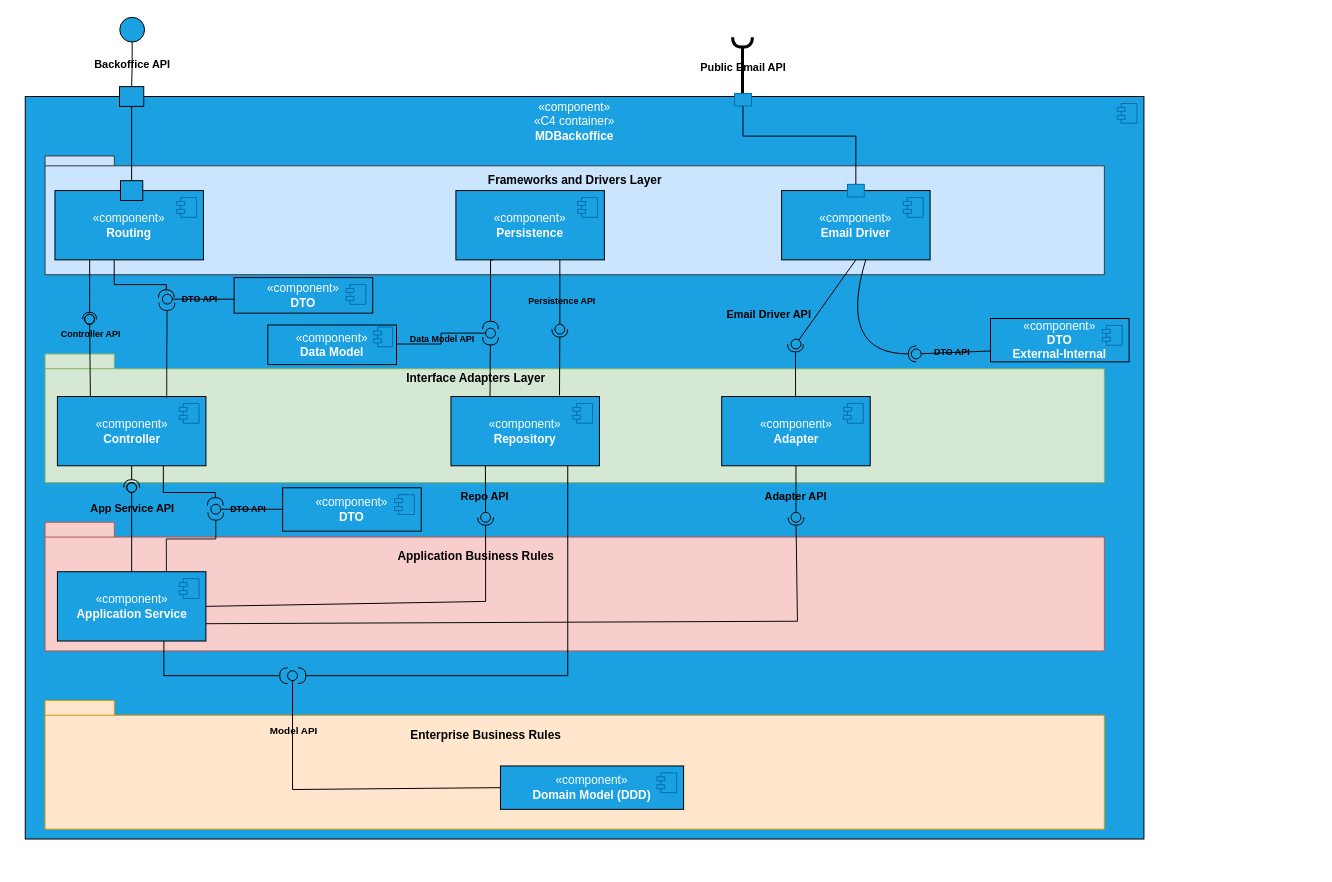
rita-barbosa/LAPR5-2425 keeps this draw.io diagram as docs/sprint-2/team-decisions/views/logical-view/backoffice_vl3.drawio. Above is the earlier version. Source tidied: cells renumbered, new cells numbered last; positions are measured from the earlier drawing's top-left corner, leaving out a move shared by most shapes. Both pictures are drawn from the tidied source at 99%, with x=0, y=0 at pixel (25, 17).
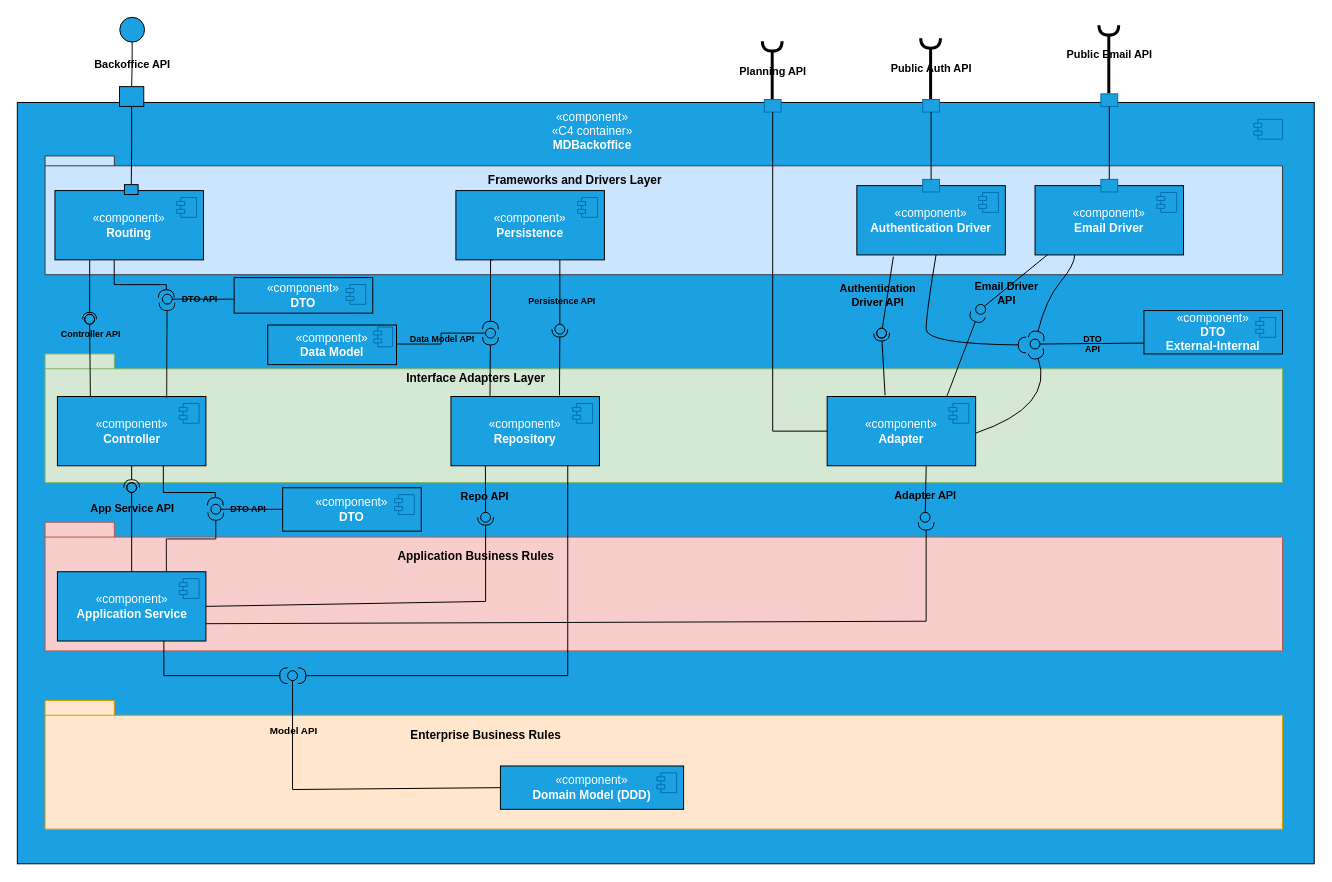
After the change.

The change refers to these unchanged cells:
```xml
<mxCell id="18" style="group;" parent="17" vertex="1">
  <mxGeometry width="150" height="80" as="geometry" />
</mxCell>
<mxCell id="32" value="«component»&lt;br&gt;&lt;b&gt;Application Service&lt;/b&gt;" style="html=1;whiteSpace=wrap;fillColor=#1ba1e2;fontColor=#ffffff;strokeColor=#000000;" parent="31" vertex="1">
  <mxGeometry y="10" width="150" height="70" as="geometry" />
</mxCell>
<mxCell id="94" value="«component»&lt;br&gt;&lt;b&gt;Adapter&lt;/b&gt;" style="html=1;whiteSpace=wrap;fillColor=#1ba1e2;fontColor=#ffffff;strokeColor=#000000;" parent="93" vertex="1">
  <mxGeometry y="10" width="150" height="70" as="geometry" />
</mxCell>
<mxCell id="102" value="«component»&lt;br&gt;&lt;b&gt;Email Driver&lt;/b&gt;" style="html=1;whiteSpace=wrap;fillColor=#1ba1e2;fontColor=#ffffff;strokeColor=#000000;" parent="101" vertex="1">
  <mxGeometry y="10" width="150" height="70" as="geometry" />
</mxCell>
<mxCell id="104" style="rounded=0;whiteSpace=wrap;html=1;fillColor=#1ba1e2;fontColor=#ffffff;strokeColor=#006EAF;rotation=-360;" parent="101" vertex="1">
  <mxGeometry x="66.5" y="3.7" width="17" height="12.7" as="geometry" />
</mxCell>
<mxCell id="109" style="ellipse;whiteSpace=wrap;html=1;align=center;fillColor=none;strokeColor=none;perimeter=centerPerimeter;points=[];outlineConnect=1;" parent="1" vertex="1">
  <mxGeometry x="773.5" y="325" width="10" height="10" as="geometry" />
</mxCell>
<mxCell id="112" value="«component»&lt;br&gt;&lt;b&gt;DTO&lt;br&gt;External-Internal&lt;/b&gt;" style="html=1;whiteSpace=wrap;fillColor=#1ba1e2;fontColor=#ffffff;strokeColor=#000000;" parent="111" vertex="1">
  <mxGeometry y="6.2" width="140" height="43.8" as="geometry" />
</mxCell>
```

What changed in the source:
```diff
@@
     <mxCell id="2" style="html=1;whiteSpace=wrap;fillColor=#1ba1e2;fontColor=#ffffff;strokeColor=#000000;" parent="1" vertex="1">
-      <mxGeometry y="80" width="1130" height="750" as="geometry" />
+      <mxGeometry x="-8" y="86" width="1310" height="769" as="geometry" />
     </mxCell>
     <mxCell id="3" style="shape=module;jettyWidth=8;jettyHeight=4;fillColor=#1ba1e2;fontColor=#ffffff;strokeColor=#006EAF;" parent="2" vertex="1">
-      <mxGeometry x="1" width="20" height="20" relative="1" as="geometry">
-        <mxPoint x="-27" y="7" as="offset" />
+      <mxGeometry x="1" width="29" height="20" relative="1" as="geometry">
+        <mxPoint x="-61" y="17" as="offset" />
       </mxGeometry>
     </mxCell>
     <mxCell id="4" style="shape=folder;fontStyle=1;spacingTop=10;tabWidth=70;tabHeight=15;tabPosition=left;html=1;whiteSpace=wrap;fillColor=#d5e8d4;strokeColor=#82b366;" parent="1" vertex="1">
-      <mxGeometry x="20" y="340" width="1070" height="130" as="geometry" />
+      <mxGeometry x="20" y="340" width="1250" height="130" as="geometry" />
     </mxCell>
     <mxCell id="5" style="shape=folder;fontStyle=1;spacingTop=10;tabWidth=70;tabHeight=10;tabPosition=left;html=1;whiteSpace=wrap;fillColor=#cce5ff;strokeColor=#36393d;" parent="1" vertex="1">
-      <mxGeometry x="20" y="140" width="1070" height="120" as="geometry" />
+      <mxGeometry x="20" y="140" width="1250" height="120" as="geometry" />
     </mxCell>
     <mxCell id="6" value="&lt;span style=&quot;color: rgb(255, 255, 255);&quot;&gt;«component»&lt;/span&gt;&lt;br style=&quot;color: rgb(255, 255, 255);&quot;&gt;&lt;span style=&quot;color: rgb(255, 255, 255);&quot;&gt;«C4 container»&lt;/span&gt;&lt;br style=&quot;color: rgb(255, 255, 255);&quot;&gt;&lt;b style=&quot;color: rgb(255, 255, 255);&quot;&gt;MDBackoffice&lt;/b&gt;" style="text;html=1;align=center;verticalAlign=middle;whiteSpace=wrap;rounded=0;" parent="1" vertex="1">
-      <mxGeometry x="480" y="80" width="150" height="50" as="geometry" />
+      <mxGeometry x="497.5" y="90" width="150" height="50" as="geometry" />
     </mxCell>
@@
     <mxCell id="21" style="rounded=0;whiteSpace=wrap;html=1;fillColor=#1ba1e2;fontColor=#ffffff;strokeColor=#000000;" parent="18" vertex="1">
-      <mxGeometry x="66.2" width="22.5" height="20" as="geometry" />
+      <mxGeometry x="70.2" y="4" width="13.8" height="10" as="geometry" />
     </mxCell>
@@
     <mxCell id="26" style="shape=folder;fontStyle=1;spacingTop=10;tabWidth=70;tabHeight=15;tabPosition=left;html=1;whiteSpace=wrap;fillColor=#f8cecc;strokeColor=#b85450;" parent="1" vertex="1">
-      <mxGeometry x="20" y="510" width="1070" height="130" as="geometry" />
+      <mxGeometry x="20" y="510" width="1250" height="130" as="geometry" />
     </mxCell>
     <mxCell id="27" style="shape=folder;fontStyle=1;spacingTop=10;tabWidth=70;tabHeight=15;tabPosition=left;html=1;whiteSpace=wrap;fillColor=#ffe6cc;strokeColor=#d79b00;" parent="1" vertex="1">
-      <mxGeometry x="20" y="690" width="1070" height="130" as="geometry" />
+      <mxGeometry x="20" y="690" width="1250" height="130" as="geometry" />
     </mxCell>
@@
-    <mxCell id="88" style="group;rotation=-180;" parent="1" vertex="1">
-      <mxGeometry x="716.5" y="35.9" width="17" height="66.2" as="geometry" />
-    </mxCell>
-    <mxCell id="89" style="edgeStyle=orthogonalEdgeStyle;rounded=0;orthogonalLoop=1;jettySize=auto;html=1;entryX=0.5;entryY=0;entryDx=0;entryDy=0;endArrow=none;endFill=0;fontColor=#000000;strokeColor=#000000;startArrow=halfCircle;startFill=0;strokeWidth=3;endSize=6;jumpSize=6;" parent="88" edge="1">
-      <mxGeometry relative="1" as="geometry">
-        <mxPoint x="8" y="-15.9" as="sourcePoint" />
-        <mxPoint x="8" y="53" as="targetPoint" />
-      </mxGeometry>
-    </mxCell>
-    <mxCell id="90" value="Public Email API" style="edgeLabel;html=1;align=center;verticalAlign=middle;labelBackgroundColor=none;rotation=0;fontStyle=1;" parent="89" vertex="1">
-      <mxGeometry x="-0.15" relative="1" as="geometry">
-        <mxPoint y="1" as="offset" />
-      </mxGeometry>
-    </mxCell>
-    <mxCell id="91" style="rounded=0;whiteSpace=wrap;html=1;fillColor=#1ba1e2;fontColor=#ffffff;strokeColor=#006EAF;rotation=-360;" parent="88" vertex="1">
-      <mxGeometry y="41" width="17" height="12.7" as="geometry" />
-    </mxCell>
     <mxCell id="92" style="group;" parent="1" vertex="1">
-      <mxGeometry x="703.5" y="373" width="150" height="80" as="geometry" />
+      <mxGeometry x="810" y="373" width="150" height="80" as="geometry" />
     </mxCell>
@@
-    <mxCell id="96" style="rounded=0;jettySize=auto;html=1;endArrow=halfCircle;endFill=0;endSize=6;strokeWidth=1;sketch=0;exitX=1;exitY=0.75;exitDx=0;exitDy=0;labelBackgroundColor=none;fontColor=none;noLabel=1;strokeColor=#080808;" parent="1" edge="1" source="32" target="99">
+    <mxCell id="96" style="rounded=0;jettySize=auto;html=1;endArrow=halfCircle;endFill=0;endSize=6;strokeWidth=1;sketch=0;exitX=1;exitY=0.75;exitDx=0;exitDy=0;labelBackgroundColor=none;fontColor=none;noLabel=1;strokeColor=#080808;" parent="1" edge="1" source="32">
       <mxGeometry relative="1" as="geometry">
+        <mxPoint x="910" y="510" as="targetPoint" />
         <Array as="points">
-          <mxPoint x="780" y="610" />
+          <mxPoint x="910" y="610" />
+          <mxPoint x="910" y="510" />
         </Array>
       </mxGeometry>
     </mxCell>
-    <mxCell id="97" style="rounded=0;jettySize=auto;html=1;endArrow=oval;endFill=0;sketch=0;sourcePerimeterSpacing=0;targetPerimeterSpacing=0;endSize=10;exitX=0.5;exitY=1;exitDx=0;exitDy=0;labelBackgroundColor=none;fontColor=#050505;strokeColor=#000000;" parent="1" edge="1" source="94" target="99">
+    <mxCell id="97" style="rounded=0;jettySize=auto;html=1;endArrow=oval;endFill=0;sketch=0;sourcePerimeterSpacing=0;targetPerimeterSpacing=0;endSize=10;exitX=0.667;exitY=1.005;exitDx=0;exitDy=0;labelBackgroundColor=none;fontColor=#050505;strokeColor=#000000;exitPerimeter=0;" parent="1" edge="1" source="94" target="99">
       <mxGeometry relative="1" as="geometry" />
     </mxCell>
@@
     <mxCell id="99" style="ellipse;whiteSpace=wrap;html=1;align=center;fillColor=none;strokeColor=none;perimeter=centerPerimeter;points=[];outlineConnect=1;labelBackgroundColor=none;fontColor=#050505;" parent="1" vertex="1">
-      <mxGeometry x="773.5" y="500" width="10" height="10" as="geometry" />
+      <mxGeometry x="904" y="500" width="10" height="10" as="geometry" />
     </mxCell>
     <mxCell id="100" style="group;" parent="1" vertex="1">
-      <mxGeometry x="764" y="165" width="150" height="80" as="geometry" />
+      <mxGeometry x="1020" y="160" width="150" height="80" as="geometry" />
     </mxCell>
@@
-    <mxCell id="105" style="edgeStyle=orthogonalEdgeStyle;rounded=0;jettySize=auto;html=1;entryX=0.5;entryY=0;entryDx=0;entryDy=0;endArrow=none;endFill=0;strokeColor=#000000;" parent="1" edge="1" source="91" target="104">
-      <mxGeometry relative="1" as="geometry">
-        <Array as="points">
-          <mxPoint x="725" y="120" />
-          <mxPoint x="839" y="120" />
-        </Array>
-      </mxGeometry>
-    </mxCell>
-    <mxCell id="106" style="rounded=0;orthogonalLoop=1;jettySize=auto;html=1;endArrow=halfCircle;endFill=0;endSize=6;strokeWidth=1;sketch=0;strokeColor=#0A0A0A;exitX=0.144;exitY=0.014;exitDx=0;exitDy=0;entryX=0.473;entryY=0.906;entryDx=0;entryDy=0;entryPerimeter=0;exitPerimeter=0;" parent="1" edge="1">
-      <mxGeometry relative="1" as="geometry">
-        <mxPoint x="778.1" y="384" as="sourcePoint" />
-        <mxPoint x="778" y="330" as="targetPoint" />
-      </mxGeometry>
-    </mxCell>
-    <mxCell id="107" style="rounded=0;jettySize=auto;html=1;endArrow=oval;endFill=0;sketch=0;sourcePerimeterSpacing=0;targetPerimeterSpacing=0;endSize=10;exitX=0.5;exitY=1;exitDx=0;exitDy=0;strokeColor=#000000;" parent="1" edge="1" source="102" target="109">
+    <mxCell id="107" style="rounded=0;jettySize=auto;html=1;endArrow=oval;endFill=0;sketch=0;sourcePerimeterSpacing=0;targetPerimeterSpacing=0;endSize=10;exitX=0.086;exitY=0.994;exitDx=0;exitDy=0;strokeColor=#000000;exitPerimeter=0;entryX=0.719;entryY=0.719;entryDx=0;entryDy=0;entryPerimeter=0;" parent="1" edge="1" source="102" target="140">
       <mxGeometry relative="1" as="geometry" />
     </mxCell>
-    <mxCell id="108" value="Email Driver API" style="edgeLabel;html=1;align=center;verticalAlign=middle;labelBackgroundColor=none;fontStyle=1;" parent="107" vertex="1">
+    <mxCell id="108" value="Email Driver&lt;div&gt;API&lt;/div&gt;" style="edgeLabel;html=1;align=center;verticalAlign=middle;labelBackgroundColor=none;fontStyle=1;" parent="107" vertex="1">
       <mxGeometry x="0.15" relative="1" as="geometry">
-        <mxPoint x="-54" y="6" as="offset" />
+        <mxPoint x="-4" y="7" as="offset" />
       </mxGeometry>
     </mxCell>
@@
     <mxCell id="110" style="group;" parent="1" vertex="1">
-      <mxGeometry x="975" y="298" width="140" height="50" as="geometry" />
+      <mxGeometry x="1130" y="290" width="140" height="50" as="geometry" />
     </mxCell>
@@
-    <mxCell id="114" style="rounded=0;jettySize=auto;html=1;endArrow=oval;endFill=0;sketch=0;sourcePerimeterSpacing=0;targetPerimeterSpacing=0;endSize=10;exitX=0;exitY=0.75;exitDx=0;exitDy=0;strokeColor=#050505;" parent="1" edge="1" source="112">
-      <mxGeometry relative="1" as="geometry">
-        <mxPoint x="900" y="340" as="targetPoint" />
-      </mxGeometry>
-    </mxCell>
-    <mxCell id="115" value="DTO API" style="edgeLabel;html=1;align=center;verticalAlign=middle;labelBackgroundColor=none;fontSize=9;fontStyle=1;" parent="114" vertex="1">
-      <mxGeometry x="0.07" relative="1" as="geometry" />
-    </mxCell>
-    <mxCell id="116" style="ellipse;whiteSpace=wrap;html=1;align=center;fillColor=none;strokeColor=none;perimeter=centerPerimeter;" parent="1" vertex="1">
-      <mxGeometry x="904" y="315" width="10" height="10" as="geometry" />
-    </mxCell>
-    <mxCell id="117" style="rounded=0;jettySize=auto;html=1;endArrow=halfCircle;endFill=0;endSize=6;strokeWidth=1;sketch=0;fontSize=12;curved=1;exitX=0.568;exitY=0.989;exitDx=0;exitDy=0;exitPerimeter=0;strokeColor=#000000;" parent="1" edge="1" source="102">
+    <mxCell id="117" style="rounded=0;jettySize=auto;html=1;endArrow=halfCircle;endFill=0;endSize=6;strokeWidth=1;sketch=0;fontSize=12;curved=1;strokeColor=#000000;exitX=0.267;exitY=1.001;exitDx=0;exitDy=0;exitPerimeter=0;" parent="1" edge="1" source="102">
       <mxGeometry relative="1" as="geometry">
-        <mxPoint x="900" y="340" as="targetPoint" />
+        <mxPoint x="1021" y="325" as="targetPoint" />
         <Array as="points">
-          <mxPoint x="820" y="340" />
+          <mxPoint x="1060" y="240" />
+          <mxPoint x="1060" y="250" />
+          <mxPoint x="1031" y="285" />
         </Array>
       </mxGeometry>
     </mxCell>
-    <mxCell id="118" style="ellipse;whiteSpace=wrap;html=1;align=center;fillColor=none;strokeColor=none;perimeter=centerPerimeter;" parent="1" vertex="1">
-      <mxGeometry x="790" y="325" width="10" height="10" as="geometry" />
-    </mxCell>
@@
+    <mxCell id="122" style="group;" parent="1" vertex="1">
+      <mxGeometry x="840" y="160" width="150" height="80" as="geometry" />
+    </mxCell>
+    <mxCell id="123" style="group;" parent="122" vertex="1">
+      <mxGeometry width="150" height="80" as="geometry" />
+    </mxCell>
+    <mxCell id="124" value="«component»&lt;br&gt;&lt;b&gt;Authentication Driver&lt;/b&gt;" style="html=1;whiteSpace=wrap;fillColor=#1ba1e2;fontColor=#ffffff;strokeColor=#000000;" parent="123" vertex="1">
+      <mxGeometry y="10" width="150" height="70" as="geometry" />
+    </mxCell>
+    <mxCell id="125" style="shape=module;jettyWidth=8;jettyHeight=4;fillColor=#1ba1e2;fontColor=#ffffff;strokeColor=#006EAF;" parent="124" vertex="1">
+      <mxGeometry x="1" width="20" height="20" relative="1" as="geometry">
+        <mxPoint x="-27" y="7" as="offset" />
+      </mxGeometry>
+    </mxCell>
+    <mxCell id="126" style="rounded=0;whiteSpace=wrap;html=1;fillColor=#1ba1e2;fontColor=#ffffff;strokeColor=#006EAF;rotation=-360;" parent="123" vertex="1">
+      <mxGeometry x="66.5" y="3.7" width="17" height="12.7" as="geometry" />
+    </mxCell>
+    <mxCell id="127" style="group;" parent="1" vertex="1">
+      <mxGeometry x="1086.5" y="23.8" width="17" height="66.2" as="geometry" />
+    </mxCell>
+    <mxCell id="88" style="group;rotation=-180;" parent="127" vertex="1">
+      <mxGeometry width="17" height="66.2" as="geometry" />
+    </mxCell>
+    <mxCell id="89" style="edgeStyle=orthogonalEdgeStyle;rounded=0;orthogonalLoop=1;jettySize=auto;html=1;entryX=0.5;entryY=0;entryDx=0;entryDy=0;endArrow=none;endFill=0;fontColor=#000000;strokeColor=#000000;startArrow=halfCircle;startFill=0;strokeWidth=3;endSize=6;jumpSize=6;" parent="88" edge="1">
+      <mxGeometry relative="1" as="geometry">
+        <mxPoint x="8" y="-15.9" as="sourcePoint" />
+        <mxPoint x="8" y="53" as="targetPoint" />
+      </mxGeometry>
+    </mxCell>
+    <mxCell id="90" value="Public Email API" style="edgeLabel;html=1;align=center;verticalAlign=middle;labelBackgroundColor=none;rotation=0;fontStyle=1;" parent="89" vertex="1">
+      <mxGeometry x="-0.15" relative="1" as="geometry">
+        <mxPoint y="1" as="offset" />
+      </mxGeometry>
+    </mxCell>
+    <mxCell id="91" style="rounded=0;whiteSpace=wrap;html=1;fillColor=#1ba1e2;fontColor=#ffffff;strokeColor=#006EAF;rotation=-360;" parent="88" vertex="1">
+      <mxGeometry y="53.5" width="17" height="12.7" as="geometry" />
+    </mxCell>
+    <mxCell id="128" style="group;" parent="1" vertex="1">
+      <mxGeometry x="906.5" y="37" width="17" height="66.2" as="geometry" />
+    </mxCell>
+    <mxCell id="129" style="group;rotation=-180;" parent="128" vertex="1">
+      <mxGeometry width="17" height="66.2" as="geometry" />
+    </mxCell>
+    <mxCell id="130" style="edgeStyle=orthogonalEdgeStyle;rounded=0;orthogonalLoop=1;jettySize=auto;html=1;entryX=0.5;entryY=0;entryDx=0;entryDy=0;endArrow=none;endFill=0;fontColor=#000000;strokeColor=#000000;startArrow=halfCircle;startFill=0;strokeWidth=3;endSize=6;jumpSize=6;" parent="129" edge="1">
+      <mxGeometry relative="1" as="geometry">
+        <mxPoint x="8" y="-15.9" as="sourcePoint" />
+        <mxPoint x="8" y="53" as="targetPoint" />
+      </mxGeometry>
+    </mxCell>
+    <mxCell id="131" value="Public Auth API" style="edgeLabel;html=1;align=center;verticalAlign=middle;labelBackgroundColor=none;rotation=0;fontStyle=1;" parent="130" vertex="1">
+      <mxGeometry x="-0.15" relative="1" as="geometry">
+        <mxPoint y="1" as="offset" />
+      </mxGeometry>
+    </mxCell>
+    <mxCell id="132" style="rounded=0;whiteSpace=wrap;html=1;fillColor=#1ba1e2;fontColor=#ffffff;strokeColor=#006EAF;rotation=-360;" parent="129" vertex="1">
+      <mxGeometry y="46" width="17" height="12.7" as="geometry" />
+    </mxCell>
+    <mxCell id="133" style="edgeStyle=orthogonalEdgeStyle;rounded=0;jettySize=auto;html=1;endArrow=none;endFill=0;strokeColor=#000000;entryX=0.5;entryY=0;entryDx=0;entryDy=0;" parent="1" edge="1" source="132" target="126">
+      <mxGeometry relative="1" as="geometry" />
+    </mxCell>
+    <mxCell id="134" style="ellipse;whiteSpace=wrap;html=1;align=center;fillColor=none;strokeColor=none;perimeter=centerPerimeter;" parent="1" vertex="1">
+      <mxGeometry x="710" y="350" width="10" height="10" as="geometry" />
+    </mxCell>
+    <mxCell id="135" style="rounded=0;jettySize=auto;html=1;endArrow=halfCircle;endFill=0;endSize=6;strokeWidth=1;sketch=0;strokeColor=#000000;exitX=0.39;exitY=-0.019;exitDx=0;exitDy=0;exitPerimeter=0;entryX=0.36;entryY=1.326;entryDx=0;entryDy=0;entryPerimeter=0;" parent="1" edge="1" source="94" target="137">
+      <mxGeometry relative="1" as="geometry" />
+    </mxCell>
+    <mxCell id="136" style="rounded=0;jettySize=auto;html=1;endArrow=oval;endFill=0;sketch=0;sourcePerimeterSpacing=0;targetPerimeterSpacing=0;endSize=10;exitX=0.246;exitY=1.024;exitDx=0;exitDy=0;exitPerimeter=0;strokeColor=#000000;" parent="1" edge="1" source="124" target="137">
+      <mxGeometry relative="1" as="geometry" />
+    </mxCell>
+    <mxCell id="137" style="ellipse;whiteSpace=wrap;html=1;align=center;fillColor=none;strokeColor=#000000;perimeter=centerPerimeter;points=[];outlineConnect=1;" parent="1" vertex="1">
+      <mxGeometry x="860" y="314" width="10" height="10" as="geometry" />
+    </mxCell>
+    <mxCell id="138" value="Authentication&lt;div&gt;&lt;span style=&quot;background-color: initial;&quot;&gt;Driver API&lt;/span&gt;&lt;/div&gt;" style="edgeLabel;html=1;align=center;verticalAlign=middle;labelBackgroundColor=none;fontStyle=1;" parent="1" vertex="1">
+      <mxGeometry x="860" y="280" as="geometry" />
+    </mxCell>
+    <mxCell id="139" style="rounded=0;orthogonalLoop=1;jettySize=auto;html=1;endArrow=halfCircle;endFill=0;endSize=6;strokeWidth=1;sketch=0;fontSize=12;curved=1;strokeColor=#000000;" parent="1" edge="1">
+      <mxGeometry relative="1" as="geometry">
+        <mxPoint x="920" y="240" as="sourcePoint" />
+        <mxPoint x="1011" y="331" as="targetPoint" />
+        <Array as="points">
+          <mxPoint x="910" y="300" />
+          <mxPoint x="910" y="330" />
+        </Array>
+      </mxGeometry>
+    </mxCell>
+    <mxCell id="140" style="ellipse;whiteSpace=wrap;html=1;align=center;fillColor=none;strokeColor=none;perimeter=centerPerimeter;points=[];outlineConnect=1;" parent="1" vertex="1">
+      <mxGeometry x="960" y="290" width="10" height="10" as="geometry" />
+    </mxCell>
+    <mxCell id="106" style="rounded=0;jettySize=auto;html=1;endArrow=halfCircle;endFill=0;endSize=6;strokeWidth=1;sketch=0;strokeColor=#0A0A0A;entryX=0.369;entryY=1.277;entryDx=0;entryDy=0;entryPerimeter=0;exitX=0.805;exitY=0.004;exitDx=0;exitDy=0;exitPerimeter=0;" parent="1" edge="1" source="94">
+      <mxGeometry relative="1" as="geometry">
+        <mxPoint x="962.5" y="300" as="targetPoint" />
+      </mxGeometry>
+    </mxCell>
+    <mxCell id="141" style="rounded=0;orthogonalLoop=1;jettySize=auto;html=1;endArrow=halfCircle;endFill=0;endSize=6;strokeWidth=1;sketch=0;fontSize=12;curved=1;strokeColor=#030303;" parent="1" edge="1">
+      <mxGeometry relative="1" as="geometry">
+        <mxPoint x="960" y="420" as="sourcePoint" />
+        <mxPoint x="1020.5" y="337" as="targetPoint" />
+        <Array as="points">
+          <mxPoint x="1040" y="393" />
+          <mxPoint x="1020.5" y="337" />
+        </Array>
+      </mxGeometry>
+    </mxCell>
+    <mxCell id="142" style="ellipse;whiteSpace=wrap;html=1;align=center;fillColor=none;strokeColor=none;perimeter=centerPerimeter;" parent="1" vertex="1">
+      <mxGeometry x="910" y="330" width="10" height="10" as="geometry" />
+    </mxCell>
+    <mxCell id="143" style="rounded=0;jettySize=auto;html=1;endArrow=oval;endFill=0;sketch=0;sourcePerimeterSpacing=0;targetPerimeterSpacing=0;endSize=10;strokeColor=#000000;exitX=0;exitY=0.75;exitDx=0;exitDy=0;" parent="1" edge="1" source="112">
+      <mxGeometry relative="1" as="geometry">
+        <mxPoint x="1020" y="330" as="targetPoint" />
+      </mxGeometry>
+    </mxCell>
+    <mxCell id="115" value="DTO&lt;div&gt;API&lt;/div&gt;" style="edgeLabel;html=1;align=center;verticalAlign=middle;fontStyle=1;labelBackgroundColor=none;fontSize=9;" parent="143" vertex="1">
+      <mxGeometry x="0.08" relative="1" as="geometry">
+        <mxPoint x="6" as="offset" />
+      </mxGeometry>
+    </mxCell>
+    <mxCell id="105" style="edgeStyle=orthogonalEdgeStyle;rounded=0;jettySize=auto;html=1;endArrow=none;endFill=0;strokeColor=#000000;entryX=0.5;entryY=0;entryDx=0;entryDy=0;exitX=0.5;exitY=1;exitDx=0;exitDy=0;" parent="1" edge="1" source="91" target="104">
+      <mxGeometry relative="1" as="geometry" />
+    </mxCell>
+    <mxCell id="144" style="group;" parent="1" vertex="1">
+      <mxGeometry x="746.5" y="40" width="17" height="66.2" as="geometry" />
+    </mxCell>
+    <mxCell id="145" style="group;rotation=-180;" parent="144" vertex="1">
+      <mxGeometry width="17" height="66.2" as="geometry" />
+    </mxCell>
+    <mxCell id="146" style="edgeStyle=orthogonalEdgeStyle;rounded=0;orthogonalLoop=1;jettySize=auto;html=1;entryX=0.5;entryY=0;entryDx=0;entryDy=0;endArrow=none;endFill=0;fontColor=#000000;strokeColor=#000000;startArrow=halfCircle;startFill=0;strokeWidth=3;endSize=6;jumpSize=6;" parent="145" edge="1">
+      <mxGeometry relative="1" as="geometry">
+        <mxPoint x="8" y="-15.9" as="sourcePoint" />
+        <mxPoint x="8" y="53" as="targetPoint" />
+      </mxGeometry>
+    </mxCell>
+    <mxCell id="147" value="Planning API" style="edgeLabel;html=1;align=center;verticalAlign=middle;labelBackgroundColor=none;rotation=0;fontStyle=1;" parent="146" vertex="1">
+      <mxGeometry x="-0.15" relative="1" as="geometry">
+        <mxPoint y="1" as="offset" />
+      </mxGeometry>
+    </mxCell>
+    <mxCell id="148" style="rounded=0;whiteSpace=wrap;html=1;fillColor=#1ba1e2;fontColor=#ffffff;strokeColor=#006EAF;rotation=-360;" parent="145" vertex="1">
+      <mxGeometry y="43" width="17" height="12.7" as="geometry" />
+    </mxCell>
+    <mxCell id="149" style="edgeStyle=orthogonalEdgeStyle;rounded=0;jettySize=auto;html=1;endArrow=none;endFill=0;strokeColor=#000000;entryX=0;entryY=0.5;entryDx=0;entryDy=0;exitX=0.5;exitY=1;exitDx=0;exitDy=0;" parent="1" edge="1" source="148" target="94">
+      <mxGeometry relative="1" as="geometry" />
+    </mxCell>
```
